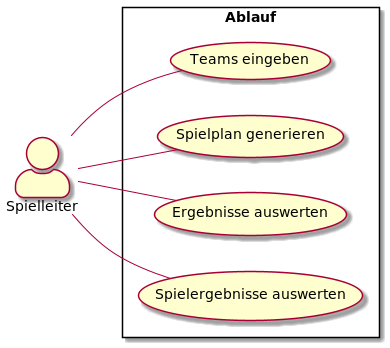
Above: asciidocs/images/use_case.png in htl-leonding-project/2022-4ahif-autohaus (PlantUML), before the change. The source it was exported from:
```plantuml
@startuml
left to right direction
skinparam actorStyle awesome
actor Spielleiter as s

rectangle Ablauf as ablauf {
  usecase "Teams eingeben" as teameingabe
  usecase "Spielplan generieren" as spielplangenerierung
  usecase "Ergebnisse auswerten" as ergebnisseeintragen
  usecase "Spielergebnisse auswerten" as ergebnisseauswerten
}

s -- teameingabe
s -- spielplangenerierung
s -- ergebnisseeintragen
s -- ergebnisseauswerten

@enduml
```
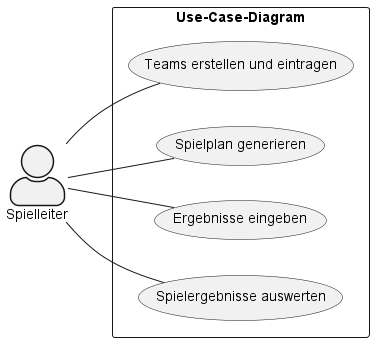
Later version of the same file.

The edit, as a diff of the source:
```diff
@@ -3,10 +3,10 @@
 skinparam actorStyle awesome
 actor Spielleiter as s
 
-rectangle Ablauf as ablauf {
-  usecase "Teams eingeben" as teameingabe
+rectangle Use-Case-Diagram as ablauf {
+  usecase "Teams erstellen und eintragen" as teameingabe
   usecase "Spielplan generieren" as spielplangenerierung
-  usecase "Ergebnisse auswerten" as ergebnisseeintragen
+  usecase "Ergebnisse eingeben" as ergebnisseeintragen
   usecase "Spielergebnisse auswerten" as ergebnisseauswerten
 }
 
```
